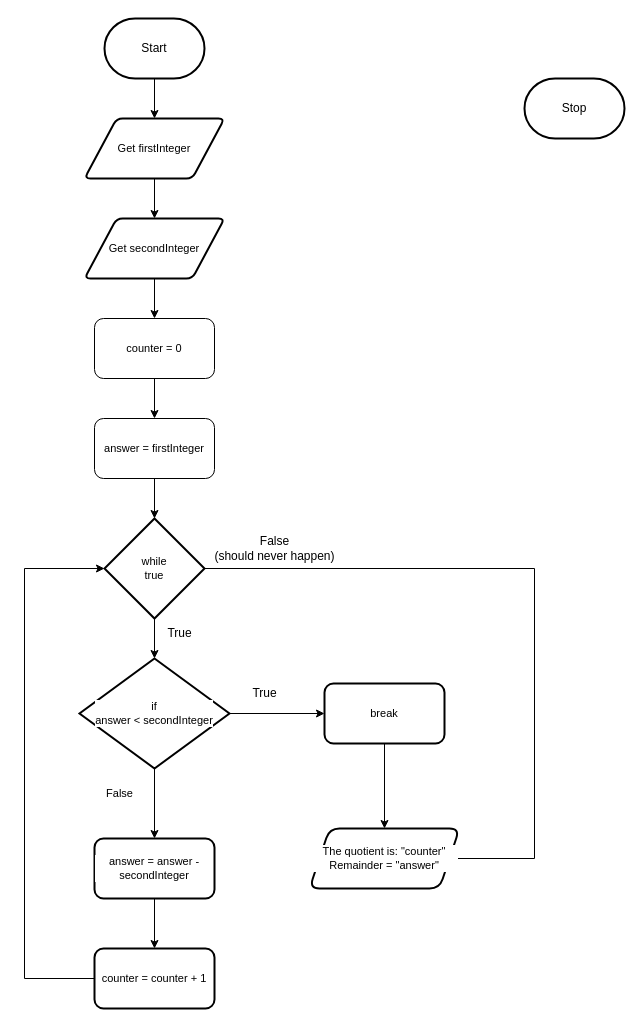
The draw.io diagram design/flowchart.drawio in MTHS-ICD2O-1-2024/ICD2O-Unit-5-08-Olivia-Ten-Den, before the edit. Source tidied: cells renumbered, new cells numbered last; positions are measured from the earlier drawing's top-left corner, leaving out a move shared by most shapes. Both pictures are drawn from the tidied source at 100%, with x=0, y=0 at pixel (24, 18).
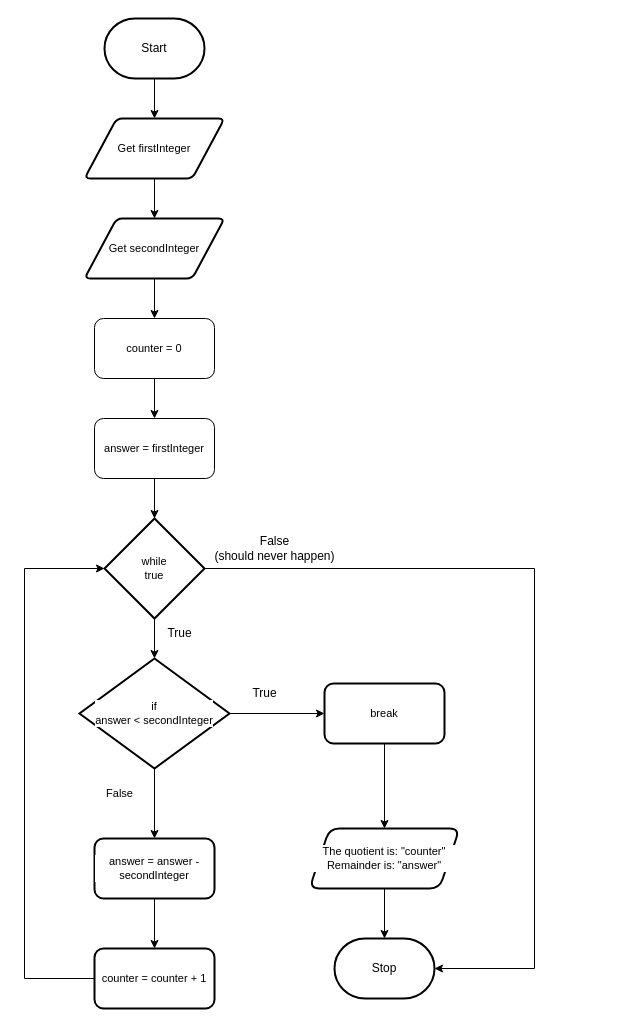
The same page after the edit.

Unchanged cells that the change refers to:
```xml
<mxCell id="13" value="&lt;div&gt;&lt;font color=&quot;#000000&quot;&gt;while&lt;/font&gt;&lt;/div&gt;&lt;div&gt;true&lt;/div&gt;" style="strokeWidth=2;html=1;shape=mxgraph.flowchart.decision;whiteSpace=wrap;fontFamily=Helvetica;fontSize=11;fontColor=default;labelBackgroundColor=default;" parent="1" vertex="1">
  <mxGeometry x="80" y="500" width="100" height="100" as="geometry" />
</mxCell>
```

Change to the diagram source:
```diff
@@
     <mxCell id="4" value="Stop" style="strokeWidth=2;html=1;shape=mxgraph.flowchart.terminator;whiteSpace=wrap;" parent="1" vertex="1">
-      <mxGeometry x="500" y="60" width="100" height="60" as="geometry" />
+      <mxGeometry x="310" y="920" width="100" height="60" as="geometry" />
     </mxCell>
@@
-    <mxCell id="12" style="edgeStyle=orthogonalEdgeStyle;shape=connector;rounded=0;html=1;strokeColor=default;align=center;verticalAlign=middle;fontFamily=Helvetica;fontSize=11;fontColor=default;labelBackgroundColor=default;endArrow=classic;entryX=1;entryY=0.5;entryDx=0;entryDy=0;" parent="1" edge="1" source="13" target="21">
+    <mxCell id="12" style="edgeStyle=orthogonalEdgeStyle;shape=connector;rounded=0;html=1;strokeColor=default;align=center;verticalAlign=middle;fontFamily=Helvetica;fontSize=11;fontColor=default;labelBackgroundColor=default;endArrow=classic;entryX=1;entryY=0.5;entryDx=0;entryDy=0;entryPerimeter=0;" parent="1" edge="1" source="13" target="4">
       <mxGeometry relative="1" as="geometry">
         <Array as="points">
           <mxPoint x="510" y="550" />
-          <mxPoint x="510" y="840" />
+          <mxPoint x="510" y="950" />
         </Array>
       </mxGeometry>
     </mxCell>
@@
+    <mxCell id="30" style="edgeStyle=none;html=1;" parent="1" edge="1" source="21" target="4">
+      <mxGeometry relative="1" as="geometry" />
+    </mxCell>
-    <mxCell id="21" value="The quotient is: &quot;counter&quot; Remainder = &quot;answer&quot;" style="shape=parallelogram;perimeter=parallelogramPerimeter;whiteSpace=wrap;html=1;fixedSize=1;fontSize=11;rounded=1;strokeWidth=2;labelBackgroundColor=default;" parent="1" vertex="1">
+    <mxCell id="21" value="The quotient is: &quot;counter&quot; Remainder is: &quot;answer&quot;" style="shape=parallelogram;perimeter=parallelogramPerimeter;whiteSpace=wrap;html=1;fixedSize=1;fontSize=11;rounded=1;strokeWidth=2;labelBackgroundColor=default;" parent="1" vertex="1">
       <mxGeometry x="285" y="810" width="150" height="60" as="geometry" />
     </mxCell>
```
